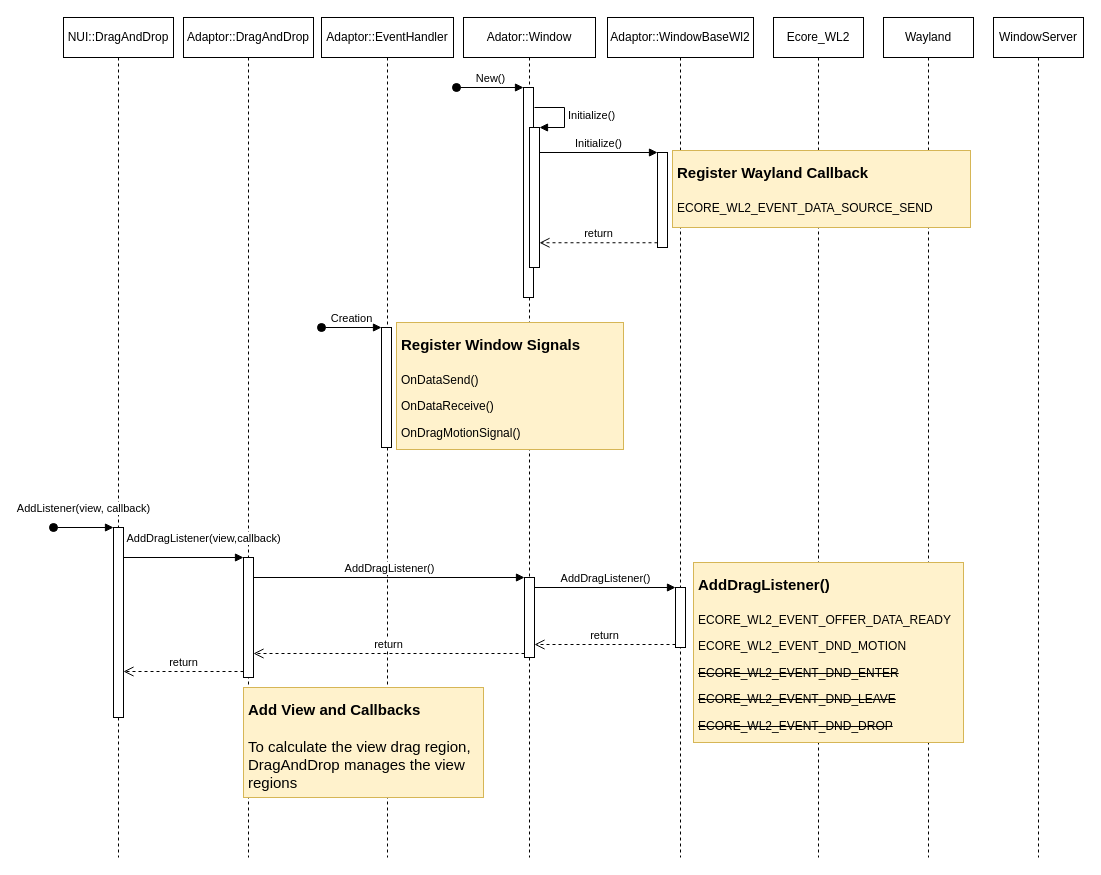
The draw.io diagram page "Page-8" (8 of 10) of Untitled Diagram.drawio in taehyub/drawio, before the edit. Source tidied: cells renumbered, new cells numbered last; positions are measured from the earlier drawing's top-left corner, leaving out a move shared by most shapes. Both pictures are drawn from the tidied source at 100%, with x=0, y=0 at pixel (53, 17).
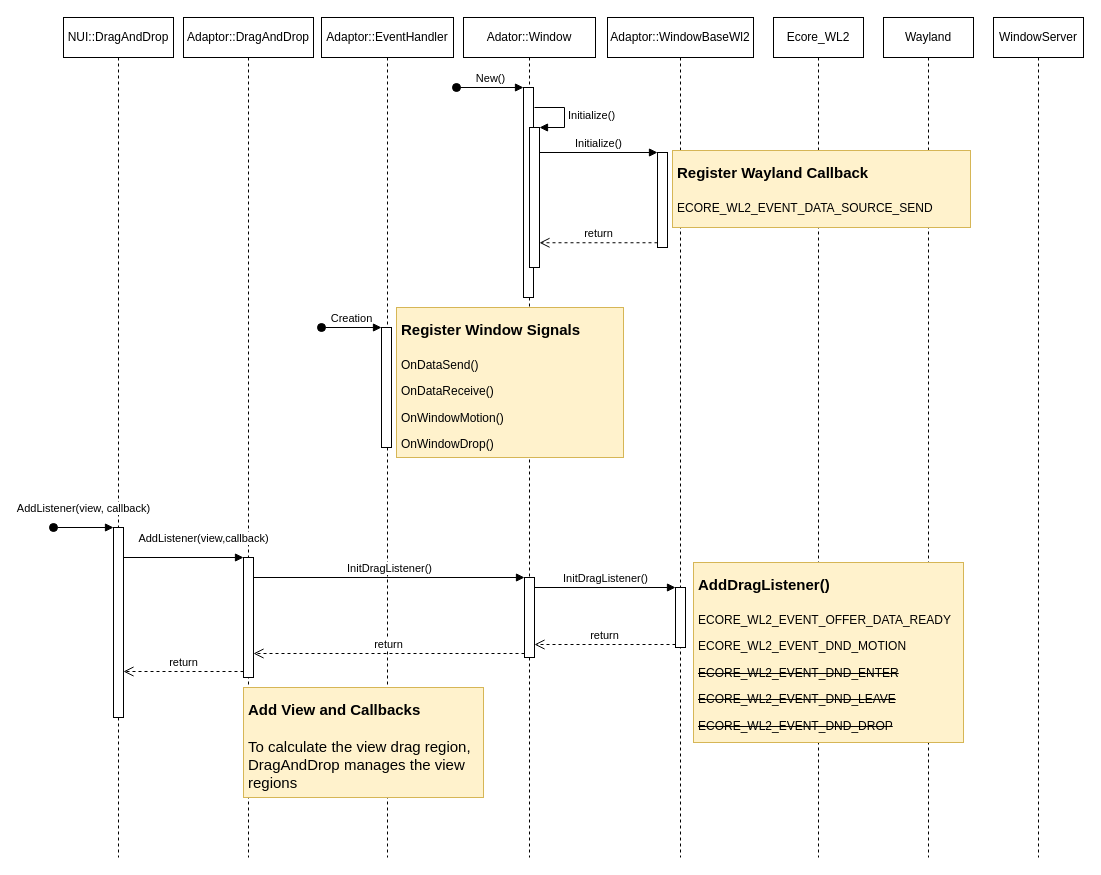
The same diagram, later.

The change refers to these unchanged cells:
```xml
<mxCell id="4" style="html=1;points=[];perimeter=orthogonalPerimeter;" parent="2" vertex="1">
  <mxGeometry x="50" y="510" width="10" height="190" as="geometry" />
</mxCell>
<mxCell id="6" style="html=1;points=[];perimeter=orthogonalPerimeter;" parent="5" vertex="1">
  <mxGeometry x="60" y="540" width="10" height="120" as="geometry" />
</mxCell>
<mxCell id="12" style="html=1;points=[];perimeter=orthogonalPerimeter;" parent="7" vertex="1">
  <mxGeometry x="61" y="560" width="10" height="80" as="geometry" />
</mxCell>
<mxCell id="15" style="html=1;points=[];perimeter=orthogonalPerimeter;" parent="13" vertex="1">
  <mxGeometry x="68" y="570" width="10" height="60" as="geometry" />
</mxCell>
```

Diff of the diagram source:
```diff
@@
-    <mxCell id="24" value="&lt;h1&gt;&lt;font style=&quot;font-size: 15px&quot;&gt;Register Window Signals&lt;/font&gt;&lt;/h1&gt;&lt;p&gt;OnDataSend()&lt;/p&gt;&lt;p&gt;OnDataReceive()&lt;/p&gt;&lt;p&gt;OnDragMotionSignal()&lt;/p&gt;" style="text;html=1;strokeColor=#d6b656;fillColor=#fff2cc;spacing=5;spacingTop=-20;whiteSpace=wrap;overflow=hidden;rounded=0;hachureGap=4;" parent="1" vertex="1">
-      <mxGeometry x="343" y="305" width="227" height="127" as="geometry" />
-    </mxCell>
@@
-    <mxCell id="26" value="AddDragListener()" style="html=1;verticalAlign=bottom;endArrow=block;entryX=0;entryY=0;rounded=0;" parent="1" edge="1" source="6" target="12">
+    <mxCell id="26" value="InitDragListener()" style="html=1;verticalAlign=bottom;endArrow=block;entryX=0;entryY=0;rounded=0;" parent="1" edge="1" source="6" target="12">
       <mxGeometry relative="1" as="geometry" />
     </mxCell>
@@
-    <mxCell id="28" value="AddDragListener(view,callback)" style="html=1;verticalAlign=bottom;endArrow=block;entryX=0;entryY=0;rounded=0;" parent="1" edge="1" source="4" target="6">
+    <mxCell id="28" value="AddListener(view,callback)" style="html=1;verticalAlign=bottom;endArrow=block;entryX=0;entryY=0;rounded=0;" parent="1" edge="1" source="4" target="6">
       <mxGeometry x="0.33" y="10" relative="1" as="geometry" />
     </mxCell>
@@
-    <mxCell id="30" value="AddDragListener()" style="html=1;verticalAlign=bottom;endArrow=block;entryX=0;entryY=0;rounded=0;" parent="1" edge="1" source="12" target="15">
+    <mxCell id="30" value="InitDragListener()" style="html=1;verticalAlign=bottom;endArrow=block;entryX=0;entryY=0;rounded=0;" parent="1" edge="1" source="12" target="15">
       <mxGeometry relative="1" as="geometry" />
     </mxCell>
@@
+    <mxCell id="34" value="&lt;h1&gt;&lt;font style=&quot;font-size: 15px&quot;&gt;Register Window Signals&lt;/font&gt;&lt;/h1&gt;&lt;p&gt;OnDataSend()&lt;/p&gt;&lt;p&gt;OnDataReceive()&lt;/p&gt;&lt;p&gt;OnWindowMotion()&lt;/p&gt;&lt;p&gt;OnWindowDrop()&lt;br&gt;&lt;/p&gt;" style="text;html=1;strokeColor=#d6b656;fillColor=#fff2cc;spacing=5;spacingTop=-20;whiteSpace=wrap;overflow=hidden;rounded=0;hachureGap=4;" parent="1" vertex="1">
+      <mxGeometry x="343" y="290" width="227" height="150" as="geometry" />
+    </mxCell>
```
